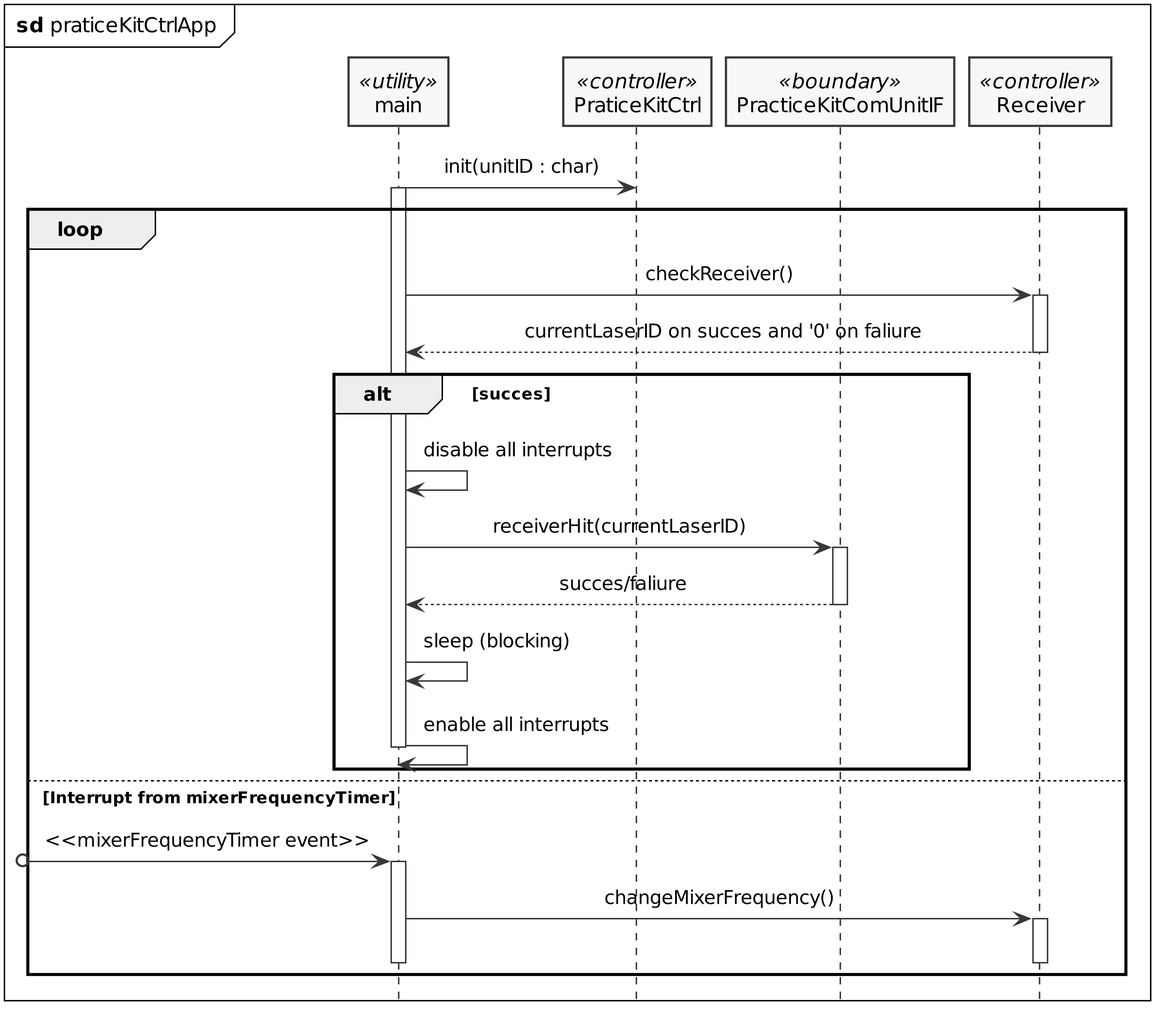
The PlantUML diagram PlantUML/out/practiceKitCtrlApp_sd.png in LasseKrarup/Laser-Tag-Project, before a commit. The source it was exported from:
```plantuml
@startuml practiceKitCtrlApp_sd

hide footbox

skinparam {
    monochrome true
    dpi 300
    padding 5
    sequenceMessageAlign center
    packageStyle frame
    shadowing false
}

mainframe **sd** praticeKitCtrlApp

participant main <<utility>>
participant PraticeKitCtrl <<controller>>
participant PracticeKitComUnitIF <<boundary>>
participant Receiver <<controller>>

main -> PraticeKitCtrl: init(unitID : char)

loop
    activate main
    main -> Receiver++: checkReceiver()
    return currentLaserID on succes and '0' on faliure

    alt succes
        main -> main: disable all interrupts
        main -> PracticeKitComUnitIF++: receiverHit(currentLaserID)
        return succes/faliure
        main -> main: sleep (blocking)
        main -> main: enable all interrupts
        deactivate main
    end

    else Interrupt from mixerFrequencyTimer
    [o-> main: <<mixerFrequencyTimer event>>
    activate main
    main -> Receiver++: changeMixerFrequency()
    deactivate main
    deactivate Receiver
end


@enduml
```
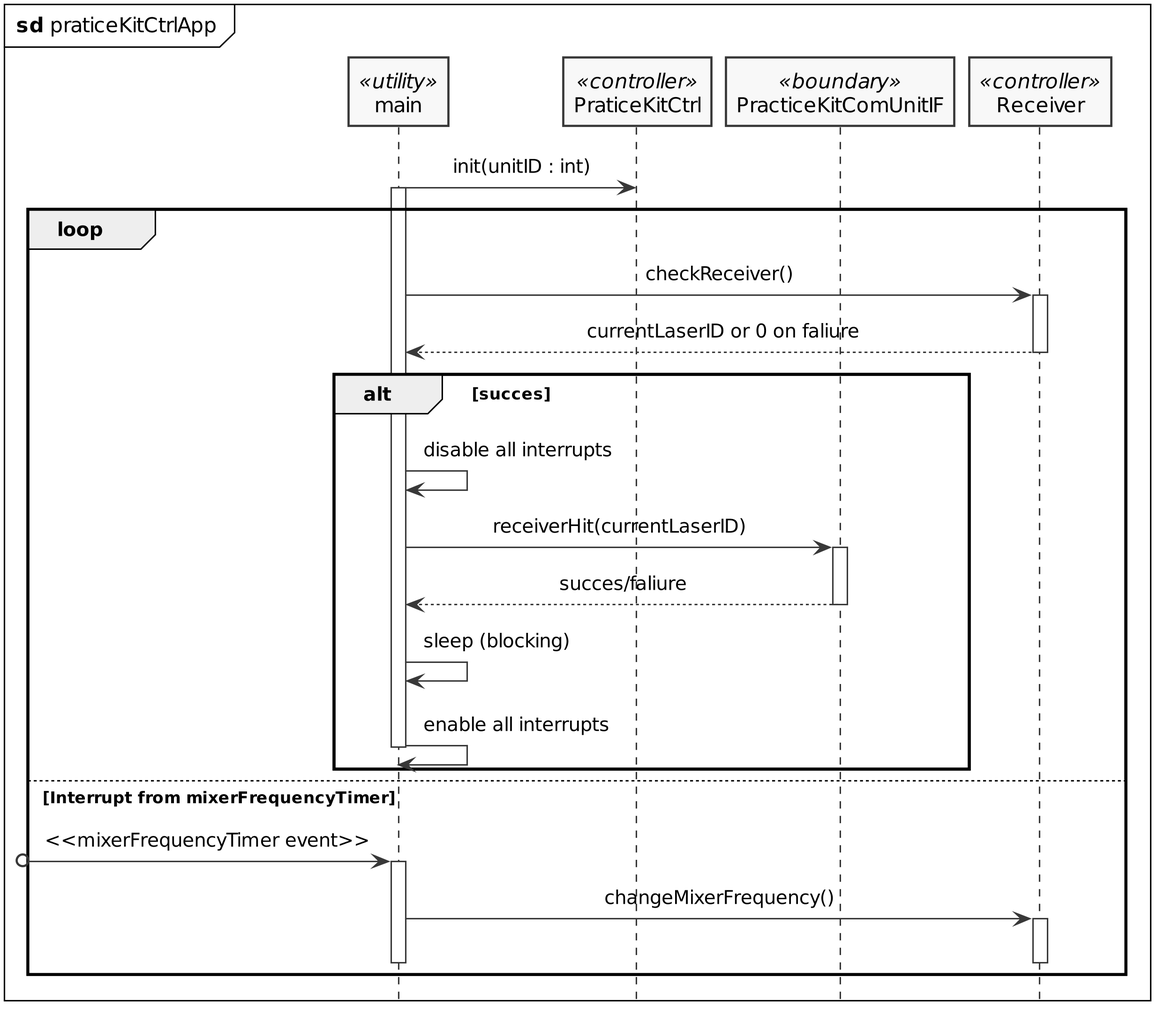
The same diagram one commit later.

Diff of the diagram source:
```diff
@@ -18,12 +18,12 @@
 participant PracticeKitComUnitIF <<boundary>>
 participant Receiver <<controller>>
 
-main -> PraticeKitCtrl: init(unitID : char)
+main -> PraticeKitCtrl: init(unitID : int)
 
 loop
     activate main
     main -> Receiver++: checkReceiver()
-    return currentLaserID on succes and '0' on faliure
+    return currentLaserID or 0 on faliure
 
     alt succes
         main -> main: disable all interrupts
```
